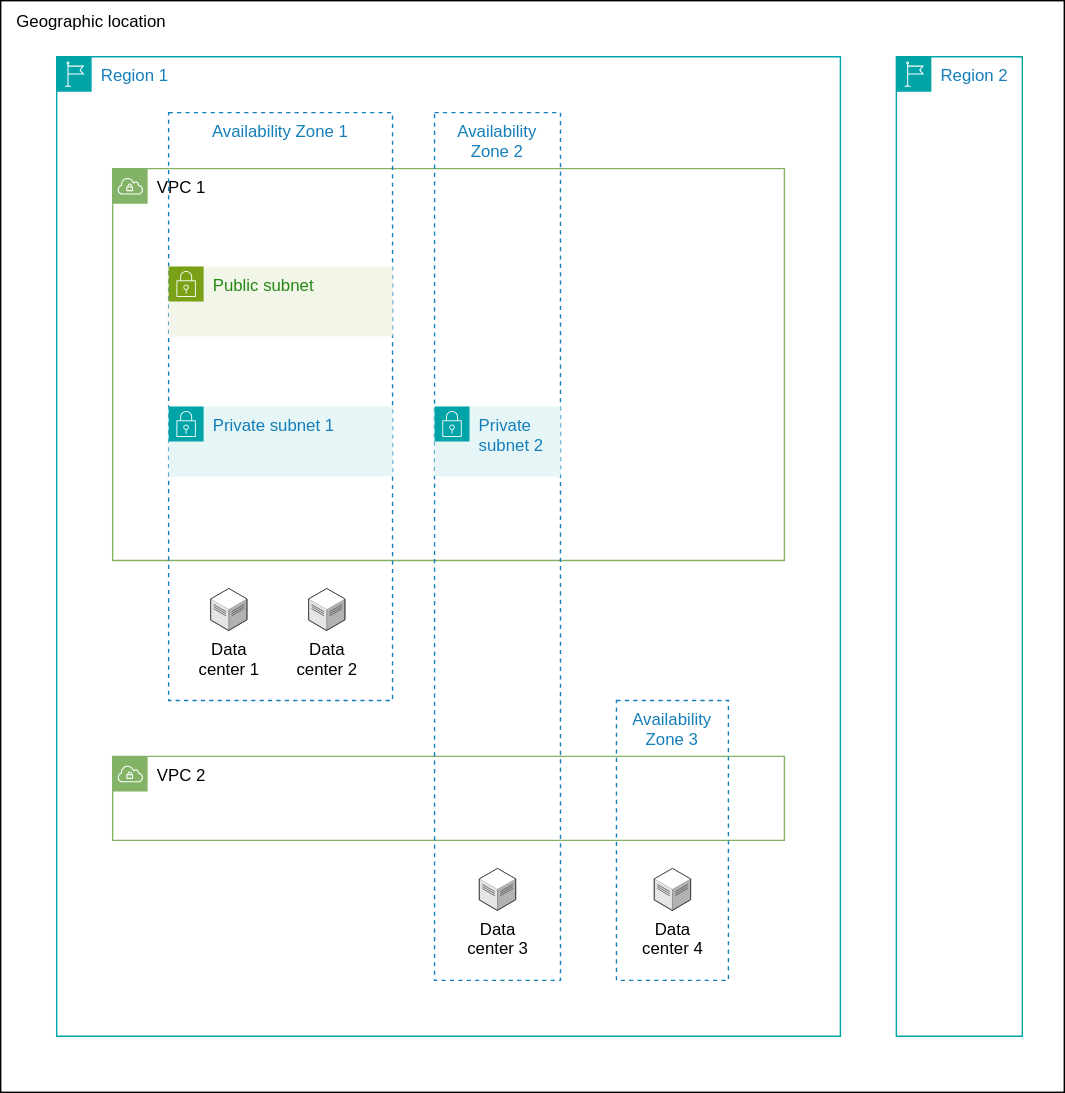
Above: network/diagrams/networkInfrastructure.drawio.svg in vikchupak/AWS (draw.io), before the change. Source tidied: cells renumbered, new cells last; positions are measured from the earlier drawing's top-left corner, leaving out a move shared by most shapes.
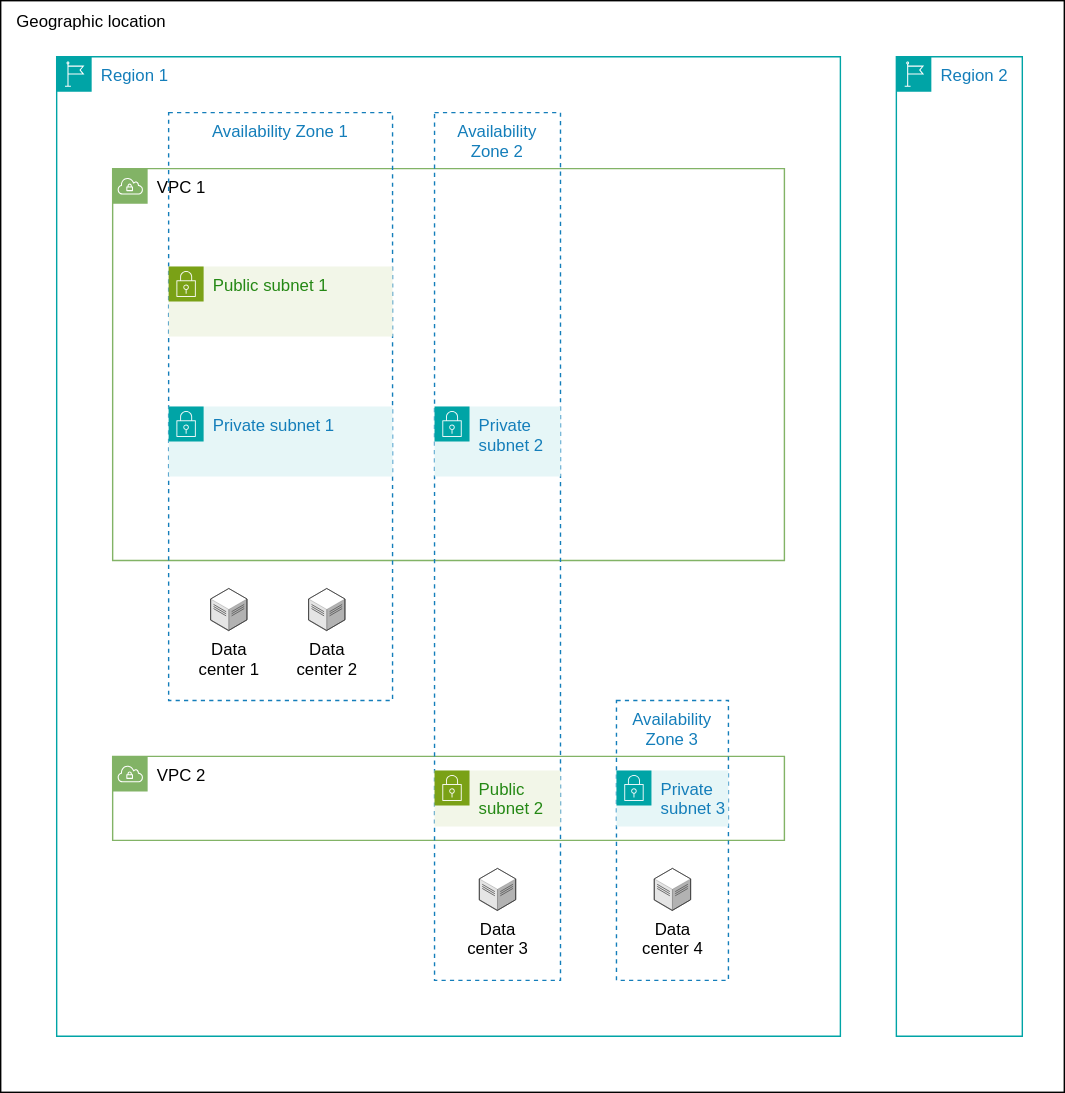
The same file after the commit.

Change to the diagram source:
```diff
@@ -1,4 +1,4 @@
-<mxGraphModel background="#ffffff">
+<mxGraphModel>
   <root>
     <mxCell id="0" />
     <mxCell id="1" parent="0" />
@@ -23,7 +23,7 @@
     <mxCell id="8" value="Availability Zone 3" style="fillColor=none;strokeColor=#147EBA;dashed=1;verticalAlign=top;fontStyle=0;fontColor=#147EBA;whiteSpace=wrap;html=1;" parent="3" vertex="1">
       <mxGeometry x="400" y="460" width="80" height="200" as="geometry" />
     </mxCell>
-    <mxCell id="9" value="Public subnet" style="gradientColor=none;html=1;whiteSpace=wrap;fontSize=12;fontStyle=0;shape=mxgraph.aws4.group;grIcon=mxgraph.aws4.group_security_group;grStroke=0;strokeColor=#7AA116;fillColor=#F2F6E8;verticalAlign=top;align=left;spacingLeft=30;fontColor=#248814;dashed=0;" parent="3" vertex="1">
+    <mxCell id="9" value="Public subnet 1" style="gradientColor=none;html=1;whiteSpace=wrap;fontSize=12;fontStyle=0;shape=mxgraph.aws4.group;grIcon=mxgraph.aws4.group_security_group;grStroke=0;strokeColor=#7AA116;fillColor=#F2F6E8;verticalAlign=top;align=left;spacingLeft=30;fontColor=#248814;dashed=0;" parent="3" vertex="1">
       <mxGeometry x="80" y="150" width="160" height="50" as="geometry" />
     </mxCell>
     <mxCell id="10" value="Private subnet 1" style="gradientColor=none;html=1;whiteSpace=wrap;fontSize=12;fontStyle=0;shape=mxgraph.aws4.group;grIcon=mxgraph.aws4.group_security_group;grStroke=0;strokeColor=#00A4A6;fillColor=#E6F6F7;verticalAlign=top;align=left;spacingLeft=30;fontColor=#147EBA;dashed=0;" parent="3" vertex="1">
@@ -44,6 +44,12 @@
     <mxCell id="15" value="Data&lt;br&gt;center 4" style="verticalLabelPosition=bottom;html=1;verticalAlign=top;strokeWidth=1;align=center;dashed=0;shape=mxgraph.aws3d.dataCenter;strokeColor=#5E5E5E;" parent="3" vertex="1">
       <mxGeometry x="427" y="580" width="26" height="30" as="geometry" />
     </mxCell>
+    <mxCell id="18" value="Public subnet 2" style="gradientColor=none;html=1;whiteSpace=wrap;fontSize=12;fontStyle=0;shape=mxgraph.aws4.group;grIcon=mxgraph.aws4.group_security_group;grStroke=0;strokeColor=#7AA116;fillColor=#F2F6E8;verticalAlign=top;align=left;spacingLeft=30;fontColor=#248814;dashed=0;" parent="3" vertex="1">
+      <mxGeometry x="270" y="510" width="90" height="40" as="geometry" />
+    </mxCell>
+    <mxCell id="19" value="Private subnet 3" style="gradientColor=none;html=1;whiteSpace=wrap;fontSize=12;fontStyle=0;shape=mxgraph.aws4.group;grIcon=mxgraph.aws4.group_security_group;grStroke=0;strokeColor=#00A4A6;fillColor=#E6F6F7;verticalAlign=top;align=left;spacingLeft=30;fontColor=#147EBA;dashed=0;" parent="3" vertex="1">
+      <mxGeometry x="400" y="510" width="80" height="40" as="geometry" />
+    </mxCell>
     <mxCell id="16" value="Region 2" style="gradientColor=none;html=1;whiteSpace=wrap;fontSize=12;fontStyle=0;shape=mxgraph.aws4.group;grIcon=mxgraph.aws4.group_region;strokeColor=#00A4A6;fillColor=none;verticalAlign=top;align=left;spacingLeft=30;fontColor=#147EBA;" parent="1" vertex="1">
       <mxGeometry x="640" y="40" width="90" height="700" as="geometry" />
     </mxCell>
```
